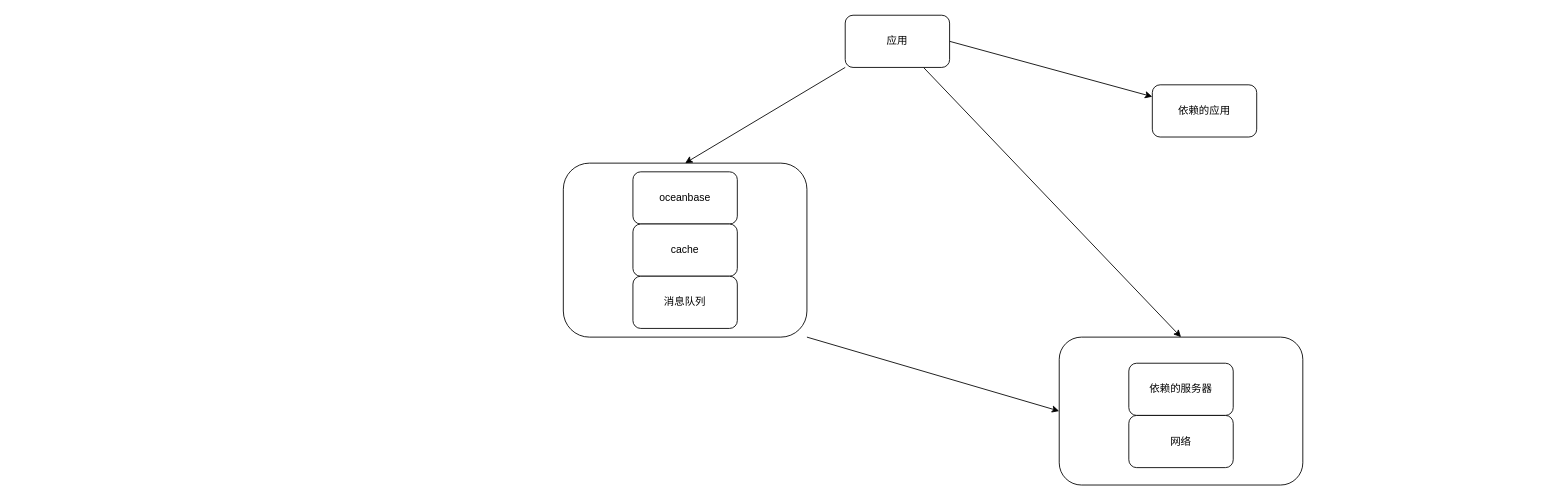
Earlier version of the draw.io diagram 容量故障分析.drawio (frankneu/draw.io). Source tidied: cells renumbered, new cells numbered last; positions are measured from the earlier drawing's top-left corner, leaving out a move shared by most shapes. Both pictures are drawn from the tidied source at 87%, with x=0, y=0 at pixel (563, 15).
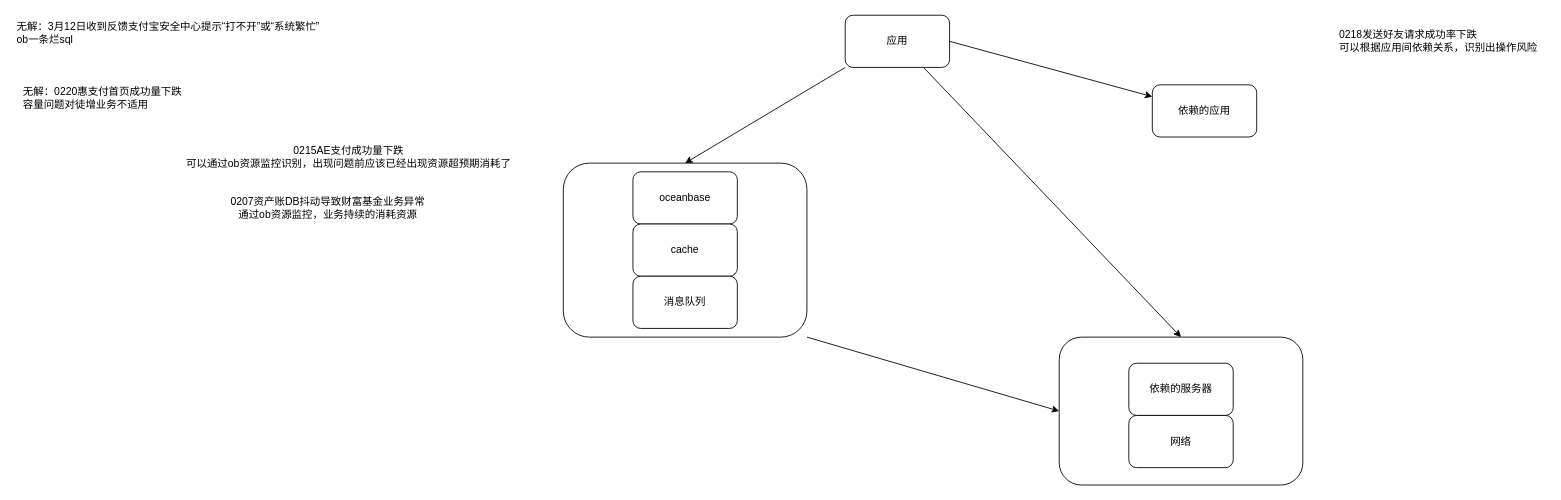
The same diagram, later.

Commit message:
Update 容量故障分析.drawio

What changed in the source:
```diff
@@
 <mxGraphModel>
   <root>
     <mxCell id="0" />
     <mxCell id="1" parent="0" />
     <mxCell id="2" style="edgeStyle=none;rounded=0;jettySize=auto;html=1;exitX=1;exitY=1;exitDx=0;exitDy=0;entryX=0;entryY=0.5;entryDx=0;entryDy=0;" parent="1" edge="1" source="3" target="4">
       <mxGeometry relative="1" as="geometry" />
     </mxCell>
     <mxCell id="3" style="rounded=1;whiteSpace=wrap;html=1;" parent="1" vertex="1">
       <mxGeometry y="170" width="280" height="200" as="geometry" />
     </mxCell>
     <mxCell id="4" style="rounded=1;whiteSpace=wrap;html=1;" parent="1" vertex="1">
       <mxGeometry x="570" y="370" width="280" height="170" as="geometry" />
     </mxCell>
     <mxCell id="5" style="rounded=0;jettySize=auto;html=1;exitX=1;exitY=0.5;exitDx=0;exitDy=0;" parent="1" edge="1" source="8" target="9">
       <mxGeometry relative="1" as="geometry" />
     </mxCell>
     <mxCell id="6" style="edgeStyle=none;rounded=0;jettySize=auto;html=1;exitX=0;exitY=1;exitDx=0;exitDy=0;entryX=0.5;entryY=0;entryDx=0;entryDy=0;" parent="1" edge="1" source="8" target="3">
       <mxGeometry relative="1" as="geometry" />
     </mxCell>
     <mxCell id="7" style="edgeStyle=none;rounded=0;jettySize=auto;html=1;exitX=0.75;exitY=1;exitDx=0;exitDy=0;entryX=0.5;entryY=0;entryDx=0;entryDy=0;" parent="1" edge="1" source="8" target="4">
       <mxGeometry relative="1" as="geometry" />
     </mxCell>
     <mxCell id="8" value="应用" style="rounded=1;whiteSpace=wrap;html=1;" parent="1" vertex="1">
       <mxGeometry x="324" width="120" height="60" as="geometry" />
     </mxCell>
     <mxCell id="9" value="依赖的应用" style="rounded=1;whiteSpace=wrap;html=1;" parent="1" vertex="1">
       <mxGeometry x="677" y="80" width="120" height="60" as="geometry" />
     </mxCell>
     <mxCell id="10" value="依赖的服务器" style="rounded=1;whiteSpace=wrap;html=1;" parent="1" vertex="1">
       <mxGeometry x="650" y="400" width="120" height="60" as="geometry" />
     </mxCell>
     <mxCell id="11" value="oceanbase" style="rounded=1;whiteSpace=wrap;html=1;" parent="1" vertex="1">
       <mxGeometry x="80" y="180" width="120" height="60" as="geometry" />
     </mxCell>
     <mxCell id="12" value="cache" style="rounded=1;whiteSpace=wrap;html=1;" parent="1" vertex="1">
       <mxGeometry x="80" y="240" width="120" height="60" as="geometry" />
     </mxCell>
     <mxCell id="13" value="消息队列" style="rounded=1;whiteSpace=wrap;html=1;" parent="1" vertex="1">
       <mxGeometry x="80" y="300" width="120" height="60" as="geometry" />
     </mxCell>
     <mxCell id="14" value="网络" style="rounded=1;whiteSpace=wrap;html=1;" parent="1" vertex="1">
       <mxGeometry x="650" y="460" width="120" height="60" as="geometry" />
     </mxCell>
+    <mxCell id="15" value="无解：3月12日收到反馈支付宝安全中心提示“打不开”或“系统繁忙”&lt;br&gt;ob一条烂sql" style="text;html=1;" parent="1" vertex="1">
+      <mxGeometry x="-630" width="340" height="30" as="geometry" />
+    </mxCell>
+    <mxCell id="16" value="无解：0220惠支付首页成功量下跌&lt;br&gt;&lt;div style=&quot;text-align: left&quot;&gt;&lt;span&gt;容量问题对徒增业务不适用&lt;/span&gt;&lt;/div&gt;" style="text;html=1;align=center;verticalAlign=middle;" parent="1" vertex="1">
+      <mxGeometry x="-630" y="80" width="200" height="30" as="geometry" />
+    </mxCell>
+    <mxCell id="17" value="0218发送好友请求成功率下跌&lt;br&gt;&lt;div&gt;&lt;span&gt;可以根据应用间依赖关系，识别出操作风险&lt;/span&gt;&lt;/div&gt;" style="text;html=1;align=left;verticalAlign=middle;" parent="1" vertex="1">
+      <mxGeometry x="890" y="15" width="240" height="30" as="geometry" />
+    </mxCell>
+    <mxCell id="18" value="0215AE支付成功量下跌&lt;br&gt;可以通过ob资源监控识别，出现问题前应该已经出现资源超预期消耗了" style="text;html=1;align=center;verticalAlign=middle;" parent="1" vertex="1">
+      <mxGeometry x="-442" y="148" width="390" height="30" as="geometry" />
+    </mxCell>
+    <mxCell id="19" value="0207资产账DB抖动导致财富基金业务异常&lt;br&gt;通过ob资源监控，业务持续的消耗资源" style="text;html=1;align=center;verticalAlign=middle;" parent="1" vertex="1">
+      <mxGeometry x="-391" y="207" width="240" height="30" as="geometry" />
+    </mxCell>
   </root>
 </mxGraphModel>
```
